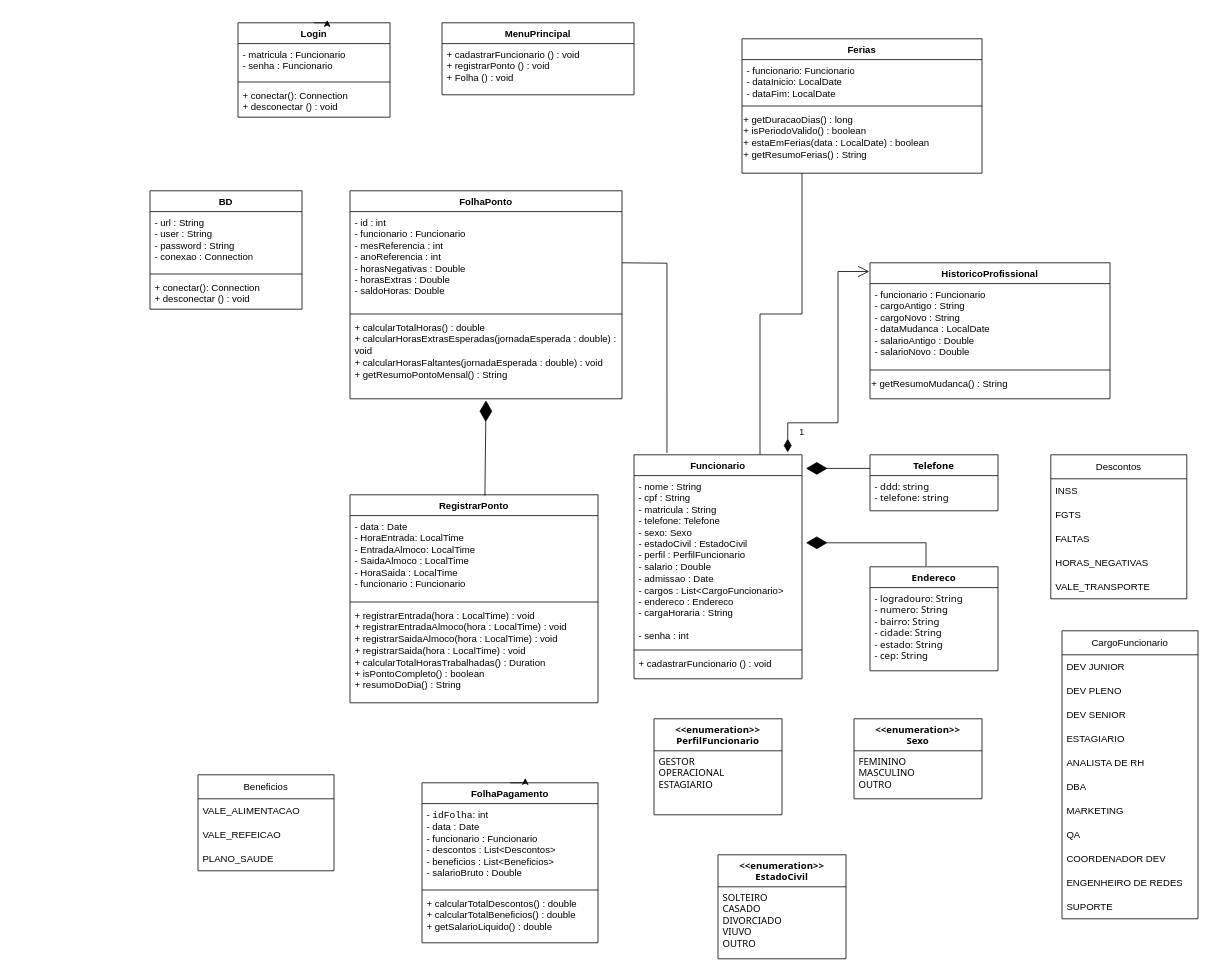
This is Diagrama SistemaRH (2).drawio from MariaLuizaNovasky/SistemaRH, a draw.io file, before an edit. Source tidied: cells renumbered, new cells numbered last; positions are measured from the earlier drawing's top-left corner, leaving out a move shared by most shapes. Both pictures are drawn from the tidied source at 80%, with x=0, y=0 at pixel (150, 22).
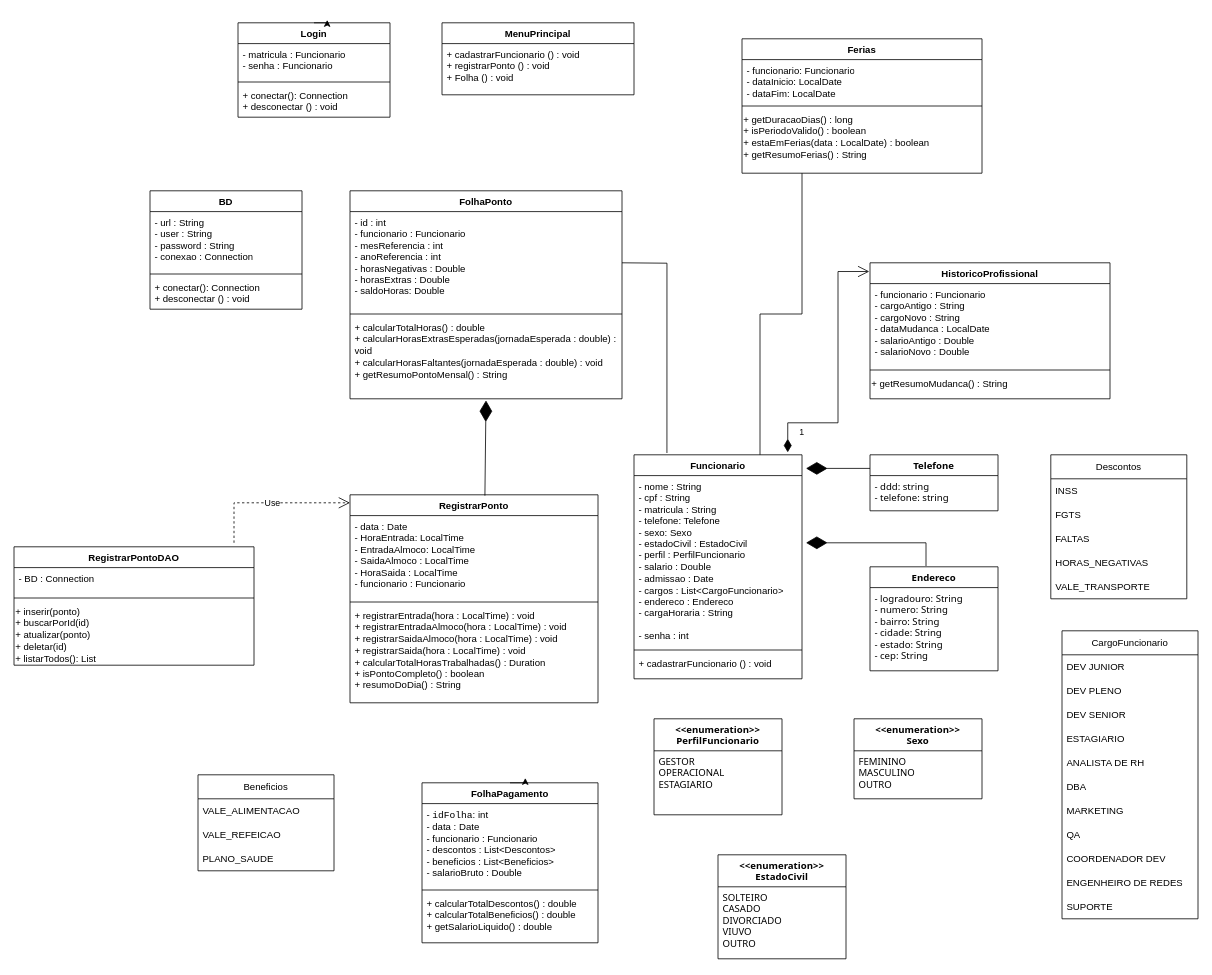
The same diagram, later.

What changed in the source:
```diff
@@
+    <mxCell id="79" value="RegistrarPontoDAO" style="swimlane;fontStyle=1;align=center;verticalAlign=top;horizontal=1;startSize=26;whiteSpace=wrap;html=1;" parent="1" vertex="1">
+      <mxGeometry x="-170" y="655" width="300" height="148" as="geometry" />
+    </mxCell>
+    <mxCell id="80" value="- BD : Connection" style="text;strokeColor=none;fillColor=none;align=left;verticalAlign=top;spacingLeft=4;spacingRight=4;overflow=hidden;whiteSpace=wrap;html=1;" parent="79" vertex="1">
+      <mxGeometry y="26" width="300" height="34" as="geometry" />
+    </mxCell>
+    <mxCell id="81" style="line;strokeWidth=1;fillColor=none;align=left;verticalAlign=middle;spacingTop=-1;spacingLeft=3;spacingRight=3;labelPosition=right;strokeColor=inherit;" parent="79" vertex="1">
+      <mxGeometry y="60" width="300" height="8" as="geometry" />
+    </mxCell>
+    <mxCell id="82" value="+ inserir(ponto)         &#10;+ buscarPorId(id)        &#10;+ atualizar(ponto)       &#10;+ deletar(id)            &#10;+ listarTodos(): List  " style="text;whiteSpace=wrap;" parent="79" vertex="1">
+      <mxGeometry y="68" width="300" height="80" as="geometry" />
+    </mxCell>
+    <mxCell id="83" value="Use" style="endArrow=open;endSize=12;dashed=1;html=1;rounded=0;" parent="1" edge="1">
+      <mxGeometry relative="1" as="geometry">
+        <mxPoint x="105" y="650" as="sourcePoint" />
+        <mxPoint x="250" y="600" as="targetPoint" />
+        <Array as="points">
+          <mxPoint x="105" y="600" />
+        </Array>
+      </mxGeometry>
+    </mxCell>
```
